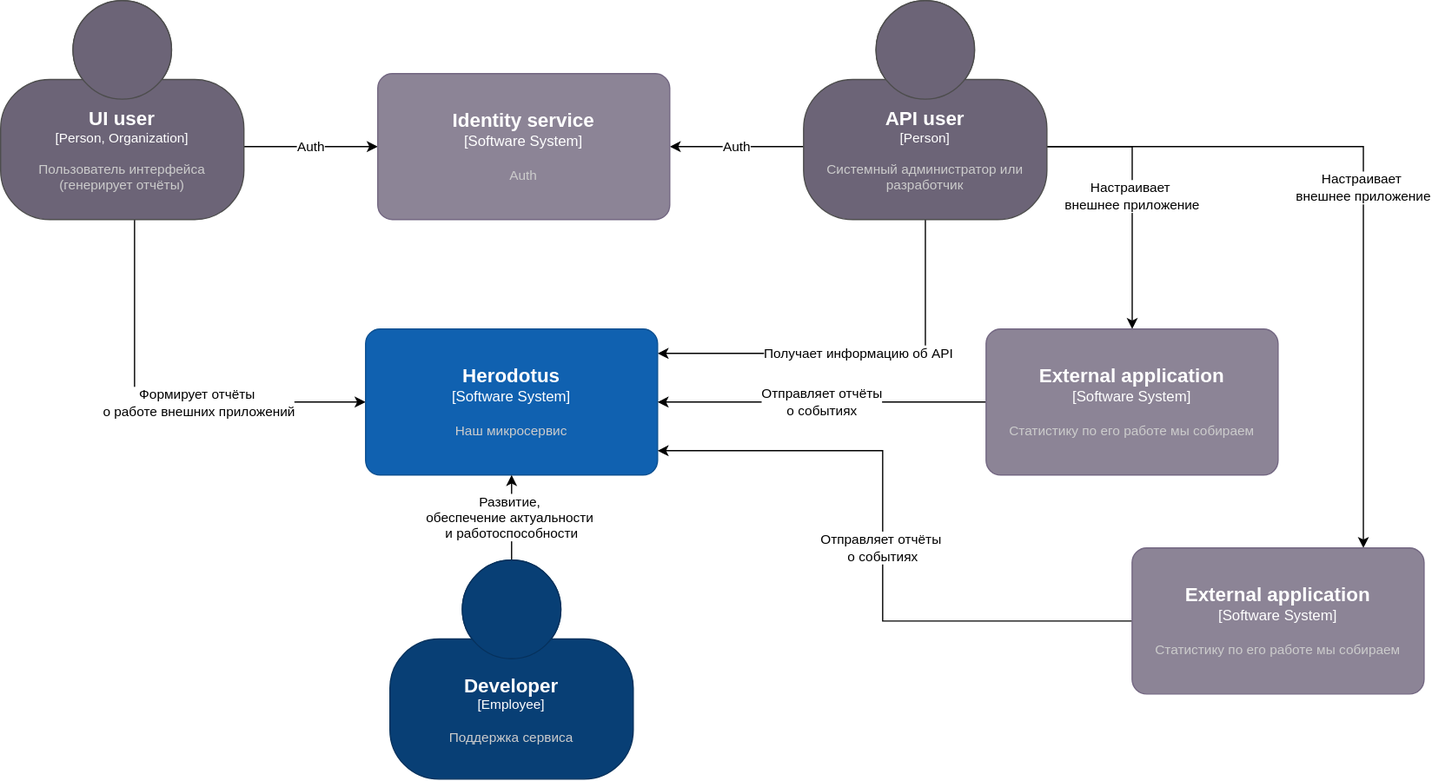
Before: imgs/C4-context.drawio.svg, a diagram exported from draw.io (npilshchikova/otuskotlin-202408). Source tidied: cells renumbered, new cells last; positions are measured from the earlier drawing's top-left corner, leaving out a move shared by most shapes.
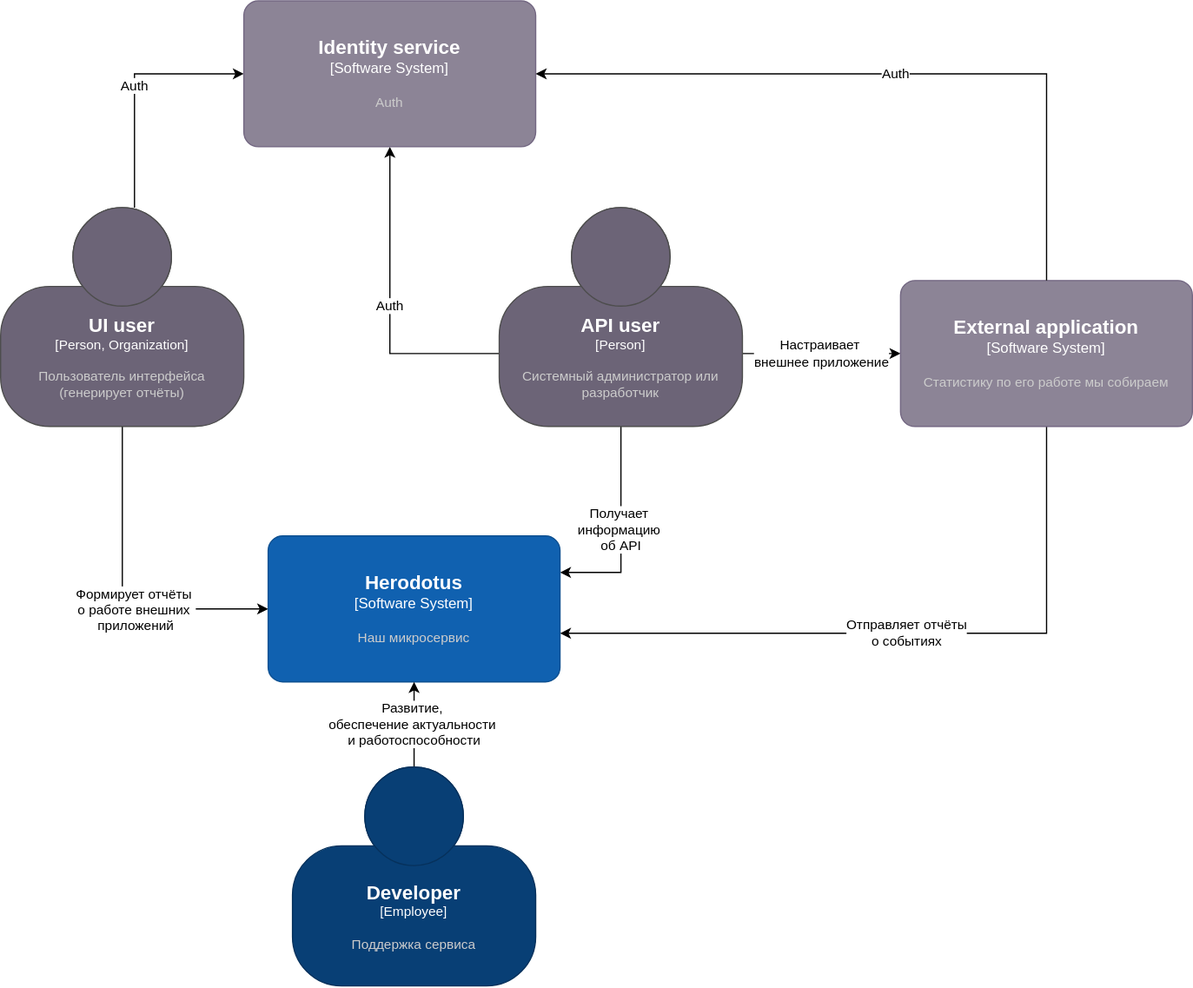
The same file after the commit.

Commit message:
m3l3-arch: C4 containers and onion diagrams

The edit, as a diff of the source:
```diff
@@ -5,63 +5,55 @@
     <mxCell id="2" style="edgeStyle=orthogonalEdgeStyle;rounded=0;jettySize=auto;html=1;" parent="1" edge="1" source="5" target="12">
       <mxGeometry relative="1" as="geometry">
         <Array as="points">
-          <mxPoint x="110" y="330" />
+          <mxPoint x="180" y="330" />
         </Array>
       </mxGeometry>
     </mxCell>
-    <mxCell id="3" value="&lt;div&gt;Формирует отчёты&amp;nbsp;&lt;/div&gt;&lt;div&gt;о работе внешних приложений&lt;/div&gt;" style="edgeLabel;html=1;align=center;verticalAlign=middle;" parent="2" vertex="1">
+    <mxCell id="3" value="&lt;div&gt;Формирует отчёты&amp;nbsp;&lt;/div&gt;&lt;div&gt;о работе внешних&amp;nbsp;&lt;/div&gt;&lt;div&gt;приложений&lt;/div&gt;" style="edgeLabel;html=1;align=center;verticalAlign=middle;" parent="2" vertex="1">
       <mxGeometry x="0.19" relative="1" as="geometry" />
     </mxCell>
     <mxCell id="4" value="&lt;div&gt;Auth&lt;/div&gt;" style="edgeStyle=orthogonalEdgeStyle;rounded=0;jettySize=auto;html=1;" parent="1" edge="1" source="5" target="11">
       <mxGeometry relative="1" as="geometry">
         <Array as="points">
-          <mxPoint x="250" y="120" />
-          <mxPoint x="250" y="120" />
+          <mxPoint x="190" y="-110" />
         </Array>
       </mxGeometry>
     </mxCell>
     <object id="5" label="&lt;font style=&quot;font-size: 16px&quot;&gt;&lt;b&gt;%c4Name%&lt;/b&gt;&lt;/font&gt;&lt;div&gt;[%c4Type%]&lt;/div&gt;&lt;br&gt;&lt;div&gt;&lt;font style=&quot;font-size: 11px&quot;&gt;&lt;font color=&quot;#cccccc&quot;&gt;%c4Description%&lt;/font&gt;&lt;/div&gt;" c4Description="Пользователь интерфейса (генерирует отчёты)" c4Name="UI user" c4Type="Person, Organization" placeholders="1">
       <mxCell style="html=1;fontSize=11;dashed=0;whiteSpace=wrap;fillColor=#6C6477;strokeColor=#4D4D4D;fontColor=#ffffff;shape=mxgraph.c4.person2;align=center;points=[[0.5,0,0],[1,0.5,0],[1,0.75,0],[0.75,1,0],[0.5,1,0],[0.25,1,0],[0,0.75,0],[0,0.5,0]];" parent="1" vertex="1">
-        <mxGeometry width="200" height="180" as="geometry" />
+        <mxGeometry x="80" width="200" height="180" as="geometry" />
       </mxCell>
     </object>
     <mxCell id="6" value="Auth" style="edgeStyle=orthogonalEdgeStyle;rounded=0;jettySize=auto;html=1;" parent="1" edge="1" source="10" target="11">
       <mxGeometry relative="1" as="geometry">
         <Array as="points">
-          <mxPoint x="600" y="120" />
-          <mxPoint x="600" y="120" />
+          <mxPoint x="400" y="120" />
         </Array>
       </mxGeometry>
     </mxCell>
     <mxCell id="7" value="&lt;div&gt;Настраивает&amp;nbsp;&lt;/div&gt;&lt;div&gt;внешнее приложение&lt;/div&gt;" style="edgeStyle=orthogonalEdgeStyle;rounded=0;jettySize=auto;html=1;" parent="1" edge="1" source="10" target="14">
       <mxGeometry relative="1" as="geometry">
         <Array as="points">
-          <mxPoint x="930" y="120" />
+          <mxPoint x="760" y="120" />
+          <mxPoint x="760" y="120" />
         </Array>
       </mxGeometry>
     </mxCell>
-    <mxCell id="8" value="&lt;div&gt;Настраивает&amp;nbsp;&lt;/div&gt;&lt;div&gt;внешнее приложение&lt;/div&gt;" style="edgeStyle=orthogonalEdgeStyle;rounded=0;jettySize=auto;html=1;" parent="1" edge="1" source="10" target="16">
-      <mxGeometry relative="1" as="geometry">
-        <Array as="points">
-          <mxPoint x="1120" y="120" />
-        </Array>
-      </mxGeometry>
-    </mxCell>
-    <mxCell id="9" value="&lt;div&gt;Получает информацию об API&lt;/div&gt;" style="edgeStyle=orthogonalEdgeStyle;rounded=0;jettySize=auto;html=1;" parent="1" edge="1" source="10" target="12">
+    <mxCell id="9" value="&lt;div&gt;Получает&amp;nbsp;&lt;/div&gt;&lt;div&gt;информацию&amp;nbsp;&lt;/div&gt;&lt;div&gt;об API&lt;/div&gt;" style="edgeStyle=orthogonalEdgeStyle;rounded=0;jettySize=auto;html=1;" parent="1" edge="1" source="10" target="12">
       <mxGeometry relative="1" as="geometry">
         <Array as="points">
-          <mxPoint x="760" y="290" />
+          <mxPoint x="590" y="300" />
         </Array>
       </mxGeometry>
     </mxCell>
     <object id="10" label="&lt;font style=&quot;font-size: 16px&quot;&gt;&lt;b&gt;%c4Name%&lt;/b&gt;&lt;/font&gt;&lt;div&gt;[%c4Type%]&lt;/div&gt;&lt;br&gt;&lt;div&gt;&lt;font style=&quot;font-size: 11px&quot;&gt;&lt;font color=&quot;#cccccc&quot;&gt;%c4Description%&lt;/font&gt;&lt;/div&gt;" c4Description="Системный администратор или разработчик" c4Name="API user" c4Type="Person" placeholders="1">
       <mxCell style="html=1;fontSize=11;dashed=0;whiteSpace=wrap;fillColor=#6C6477;strokeColor=#4D4D4D;fontColor=#ffffff;shape=mxgraph.c4.person2;align=center;points=[[0.5,0,0],[1,0.5,0],[1,0.75,0],[0.75,1,0],[0.5,1,0],[0.25,1,0],[0,0.75,0],[0,0.5,0]];" parent="1" vertex="1">
-        <mxGeometry x="660" width="200" height="180" as="geometry" />
+        <mxGeometry x="490" width="200" height="180" as="geometry" />
       </mxCell>
     </object>
     <object id="11" label="&lt;font style=&quot;font-size: 16px&quot;&gt;&lt;b&gt;%c4Name%&lt;/b&gt;&lt;/font&gt;&lt;div&gt;[%c4Type%]&lt;/div&gt;&lt;br&gt;&lt;div&gt;&lt;font style=&quot;font-size: 11px&quot;&gt;&lt;font color=&quot;#cccccc&quot;&gt;%c4Description%&lt;/font&gt;&lt;/div&gt;" c4Description="Auth" c4Name="Identity service" c4Type="Software System" placeholders="1">
       <mxCell style="rounded=1;whiteSpace=wrap;html=1;labelBackgroundColor=none;fillColor=#8C8496;fontColor=#ffffff;align=center;arcSize=10;strokeColor=#736782;points=[[0.25,0,0],[0.5,0,0],[0.75,0,0],[1,0.25,0],[1,0.5,0],[1,0.75,0],[0.75,1,0],[0.5,1,0],[0.25,1,0],[0,0.75,0],[0,0.5,0],[0,0.25,0]];" parent="1" vertex="1">
-        <mxGeometry x="310" y="60" width="240" height="120" as="geometry" />
+        <mxGeometry x="280" y="-170" width="240" height="120" as="geometry" />
       </mxCell>
     </object>
     <object id="12" label="&lt;font style=&quot;font-size: 16px&quot;&gt;&lt;b&gt;%c4Name%&lt;/b&gt;&lt;/font&gt;&lt;div&gt;[%c4Type%]&lt;/div&gt;&lt;br&gt;&lt;div&gt;&lt;font style=&quot;font-size: 11px&quot;&gt;&lt;font color=&quot;#cccccc&quot;&gt;%c4Description%&lt;/font&gt;&lt;/div&gt;" c4Description="Наш микросервис" c4Name="Herodotus" c4Type="Software System" placeholders="1">
@@ -72,29 +64,15 @@
     <mxCell id="13" value="&lt;div&gt;Отправляет отчёты&lt;/div&gt;&lt;div&gt;о событиях&lt;br&gt;&lt;/div&gt;" style="edgeStyle=orthogonalEdgeStyle;rounded=0;jettySize=auto;html=1;" parent="1" edge="1" source="14" target="12">
       <mxGeometry relative="1" as="geometry">
         <Array as="points">
-          <mxPoint x="850" y="330" />
-          <mxPoint x="850" y="330" />
+          <mxPoint x="940" y="350" />
         </Array>
       </mxGeometry>
     </mxCell>
     <object id="14" label="&lt;font style=&quot;font-size: 16px&quot;&gt;&lt;b&gt;%c4Name%&lt;/b&gt;&lt;/font&gt;&lt;div&gt;[%c4Type%]&lt;/div&gt;&lt;br&gt;&lt;div&gt;&lt;font style=&quot;font-size: 11px&quot;&gt;&lt;font color=&quot;#cccccc&quot;&gt;%c4Description%&lt;/font&gt;&lt;/div&gt;" c4Description="Статистику по его работе мы собираем" c4Name="External application" c4Type="Software System" placeholders="1">
       <mxCell style="rounded=1;whiteSpace=wrap;html=1;labelBackgroundColor=none;fillColor=#8C8496;fontColor=#ffffff;align=center;arcSize=10;strokeColor=#736782;points=[[0.25,0,0],[0.5,0,0],[0.75,0,0],[1,0.25,0],[1,0.5,0],[1,0.75,0],[0.75,1,0],[0.5,1,0],[0.25,1,0],[0,0.75,0],[0,0.5,0],[0,0.25,0]];" parent="1" vertex="1">
-        <mxGeometry x="810" y="270" width="240" height="120" as="geometry" />
+        <mxGeometry x="820" y="60" width="240" height="120" as="geometry" />
       </mxCell>
     </object>
-    <mxCell id="15" value="&lt;div&gt;Отправляет отчёты&amp;nbsp;&lt;/div&gt;&lt;div&gt;о событиях&lt;/div&gt;" style="edgeStyle=orthogonalEdgeStyle;rounded=0;jettySize=auto;html=1;" parent="1" edge="1" source="16" target="12">
-      <mxGeometry relative="1" as="geometry">
-        <Array as="points">
-          <mxPoint x="725" y="510" />
-          <mxPoint x="725" y="370" />
-        </Array>
-      </mxGeometry>
-    </mxCell>
-    <object id="16" label="&lt;font style=&quot;font-size: 16px&quot;&gt;&lt;b&gt;%c4Name%&lt;/b&gt;&lt;/font&gt;&lt;div&gt;[%c4Type%]&lt;/div&gt;&lt;br&gt;&lt;div&gt;&lt;font style=&quot;font-size: 11px&quot;&gt;&lt;font color=&quot;#cccccc&quot;&gt;%c4Description%&lt;/font&gt;&lt;/div&gt;" c4Description="Статистику по его работе мы собираем" c4Name="External application" c4Type="Software System" placeholders="1">
-      <mxCell style="rounded=1;whiteSpace=wrap;html=1;labelBackgroundColor=none;fillColor=#8C8496;fontColor=#ffffff;align=center;arcSize=10;strokeColor=#736782;points=[[0.25,0,0],[0.5,0,0],[0.75,0,0],[1,0.25,0],[1,0.5,0],[1,0.75,0],[0.75,1,0],[0.5,1,0],[0.25,1,0],[0,0.75,0],[0,0.5,0],[0,0.25,0]];" parent="1" vertex="1">
-        <mxGeometry x="930" y="450" width="240" height="120" as="geometry" />
-      </mxCell>
-    </object>
     <mxCell id="17" value="&lt;div&gt;Развитие,&amp;nbsp;&lt;/div&gt;&lt;div&gt;обеспечение актуальности&amp;nbsp;&lt;/div&gt;&lt;div&gt;и работоспособности&lt;/div&gt;" style="edgeStyle=orthogonalEdgeStyle;rounded=0;jettySize=auto;html=1;" parent="1" edge="1" source="18" target="12">
       <mxGeometry relative="1" as="geometry" />
     </mxCell>
@@ -103,5 +81,12 @@
         <mxGeometry x="320" y="460" width="200" height="180" as="geometry" />
       </mxCell>
     </object>
+    <mxCell id="19" value="Auth" style="edgeStyle=orthogonalEdgeStyle;rounded=0;jettySize=auto;html=1;entryX=1;entryY=0.5;entryDx=0;entryDy=0;entryPerimeter=0;" parent="1" edge="1" source="14" target="11">
+      <mxGeometry relative="1" as="geometry">
+        <Array as="points">
+          <mxPoint x="940" y="-110" />
+        </Array>
+      </mxGeometry>
+    </mxCell>
   </root>
 </mxGraphModel>
```
